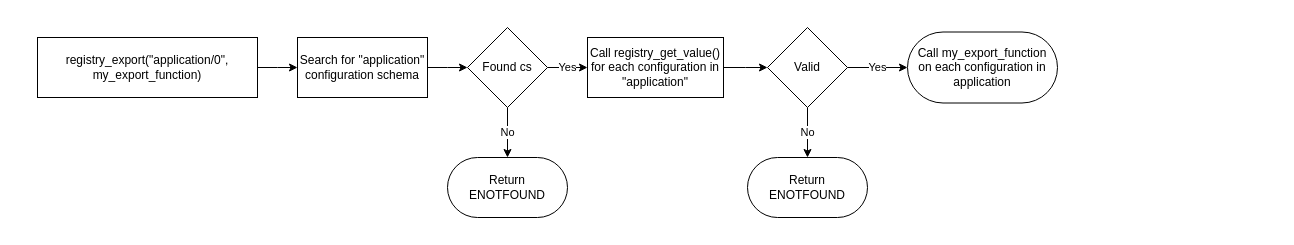
LasseRosenow/riot-runtime-config keeps this draw.io diagram as doc/drawio/basic_behavioral_flow_commit.drawio. Above is the earlier version. Source tidied: cells renumbered, new cells numbered last; positions are measured from the earlier drawing's top-left corner, leaving out a move shared by most shapes. Both pictures are drawn from the tidied source at 100%, with x=0, y=0 at pixel (27, 27).
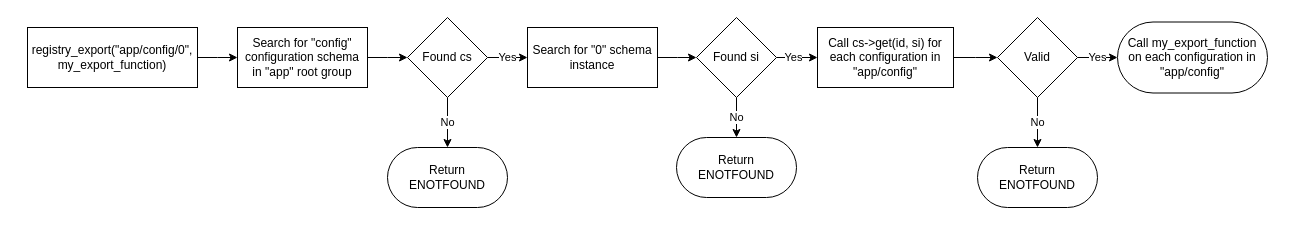
Above is the later version.

What changed in the source:
```diff
@@
     <mxCell id="2" style="rounded=0;whiteSpace=wrap;html=1;strokeColor=none;" parent="1" vertex="1">
-      <mxGeometry width="1040" height="200" as="geometry" />
+      <mxGeometry x="-10" y="-10" width="1260" height="200" as="geometry" />
     </mxCell>
-    <mxCell id="3" value="registry_export(&quot;application/0&quot;, my_export_function)" style="rounded=0;whiteSpace=wrap;html=1;" parent="1" vertex="1">
-      <mxGeometry x="10" y="10" width="220" height="60" as="geometry" />
+    <mxCell id="3" value="registry_export(&quot;app/config/0&quot;, my_export_function)" style="rounded=0;whiteSpace=wrap;html=1;" parent="1" vertex="1">
+      <mxGeometry width="170" height="60" as="geometry" />
     </mxCell>
@@
-    <mxCell id="6" value="Search for &quot;application&quot; configuration schema" style="rounded=0;whiteSpace=wrap;html=1;" parent="1" vertex="1">
-      <mxGeometry x="270" y="10" width="130" height="60" as="geometry" />
+    <mxCell id="6" value="Search for &quot;config&quot; configuration schema&lt;br&gt;in &quot;app&quot; root group" style="rounded=0;whiteSpace=wrap;html=1;" parent="1" vertex="1">
+      <mxGeometry x="210" width="130" height="60" as="geometry" />
     </mxCell>
@@
-    <mxCell id="8" value="Yes" style="edgeStyle=elbowEdgeStyle;rounded=0;html=1;" parent="1" edge="1" source="9" target="13">
+    <mxCell id="8" value="Yes" style="edgeStyle=elbowEdgeStyle;rounded=0;html=1;" parent="1" edge="1" source="9" target="19">
       <mxGeometry relative="1" as="geometry" />
     </mxCell>
     <mxCell id="9" value="Found cs" style="rhombus;whiteSpace=wrap;html=1;" parent="1" vertex="1">
-      <mxGeometry x="440" width="80" height="80" as="geometry" />
+      <mxGeometry x="380" y="-10" width="80" height="80" as="geometry" />
     </mxCell>
     <mxCell id="10" value="Return&lt;br&gt;ENOTFOUND" style="rounded=1;whiteSpace=wrap;html=1;arcSize=50;" parent="1" vertex="1">
-      <mxGeometry x="420" y="130" width="120" height="60" as="geometry" />
+      <mxGeometry x="360" y="120" width="120" height="60" as="geometry" />
     </mxCell>
-    <mxCell id="11" value="Call my_export_function&lt;br&gt;on each configuration in application" style="rounded=1;whiteSpace=wrap;html=1;arcSize=50;" parent="1" vertex="1">
-      <mxGeometry x="880" y="4.5" width="150" height="71" as="geometry" />
+    <mxCell id="11" value="Call my_export_function&lt;br&gt;on each configuration in &quot;app/config&quot;" style="rounded=1;whiteSpace=wrap;html=1;arcSize=50;" parent="1" vertex="1">
+      <mxGeometry x="1090" y="-5.5" width="150" height="71" as="geometry" />
     </mxCell>
@@
-    <mxCell id="13" value="Call registry_get_value() for each configuration in &quot;application&quot;" style="rounded=0;whiteSpace=wrap;html=1;" parent="1" vertex="1">
-      <mxGeometry x="560" y="10" width="136" height="60" as="geometry" />
+    <mxCell id="13" value="Call cs-&amp;gt;get(id, si) for each configuration in &quot;app/config&quot;" style="rounded=0;whiteSpace=wrap;html=1;" parent="1" vertex="1">
+      <mxGeometry x="790" width="136" height="60" as="geometry" />
     </mxCell>
@@
     <mxCell id="16" value="Valid" style="rhombus;whiteSpace=wrap;html=1;" parent="1" vertex="1">
-      <mxGeometry x="740" width="80" height="80" as="geometry" />
+      <mxGeometry x="970" y="-10" width="80" height="80" as="geometry" />
     </mxCell>
     <mxCell id="17" value="Return&lt;br&gt;ENOTFOUND" style="rounded=1;whiteSpace=wrap;html=1;arcSize=50;" parent="1" vertex="1">
-      <mxGeometry x="720" y="130" width="120" height="60" as="geometry" />
+      <mxGeometry x="950" y="120" width="120" height="60" as="geometry" />
     </mxCell>
+    <mxCell id="18" style="edgeStyle=elbowEdgeStyle;rounded=0;html=1;" parent="1" edge="1" source="19" target="22">
+      <mxGeometry relative="1" as="geometry" />
+    </mxCell>
+    <mxCell id="19" value="Search for &quot;0&quot; schema instance" style="rounded=0;whiteSpace=wrap;html=1;" parent="1" vertex="1">
+      <mxGeometry x="500" width="130" height="60" as="geometry" />
+    </mxCell>
+    <mxCell id="20" value="No" style="edgeStyle=elbowEdgeStyle;rounded=0;html=1;" parent="1" edge="1" source="22" target="23">
+      <mxGeometry relative="1" as="geometry" />
+    </mxCell>
+    <mxCell id="21" value="Yes" style="edgeStyle=elbowEdgeStyle;rounded=0;html=1;" parent="1" edge="1" source="22" target="13">
+      <mxGeometry x="-0.15" relative="1" as="geometry" />
+    </mxCell>
+    <mxCell id="22" value="Found si" style="rhombus;whiteSpace=wrap;html=1;" parent="1" vertex="1">
+      <mxGeometry x="669" y="-10" width="80" height="80" as="geometry" />
+    </mxCell>
+    <mxCell id="23" value="Return&lt;br&gt;ENOTFOUND" style="rounded=1;whiteSpace=wrap;html=1;arcSize=50;" parent="1" vertex="1">
+      <mxGeometry x="649" y="110" width="120" height="60" as="geometry" />
+    </mxCell>
```
